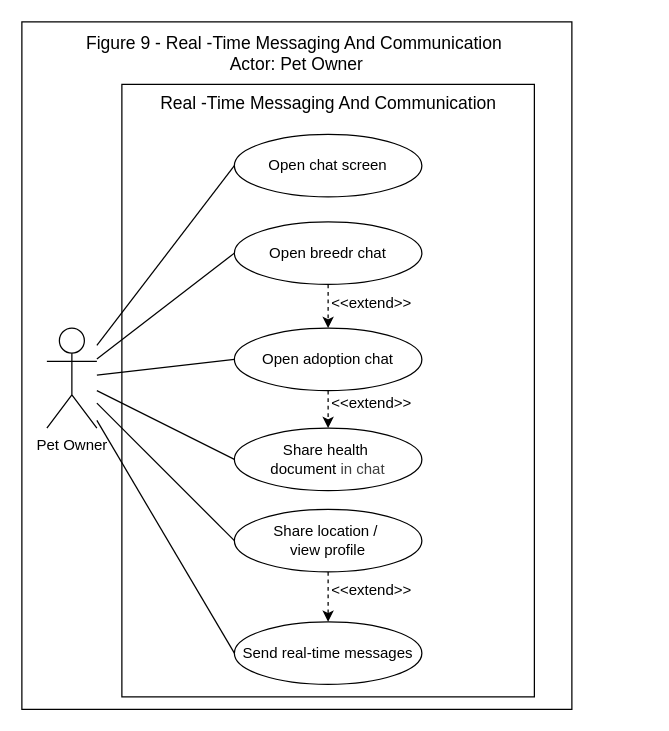
This is page "Fig-9" (9 of 10) of USE-CASE_Diagram_Franco.drawio from Chels013/Breedr-Diagrams, a draw.io file, before an edit. Source tidied: cells renumbered, new cells numbered last; positions are measured from the earlier drawing's top-left corner, leaving out a move shared by most shapes. Both pictures are drawn from the tidied source at 125%, with x=0, y=0 at pixel (21, 21).
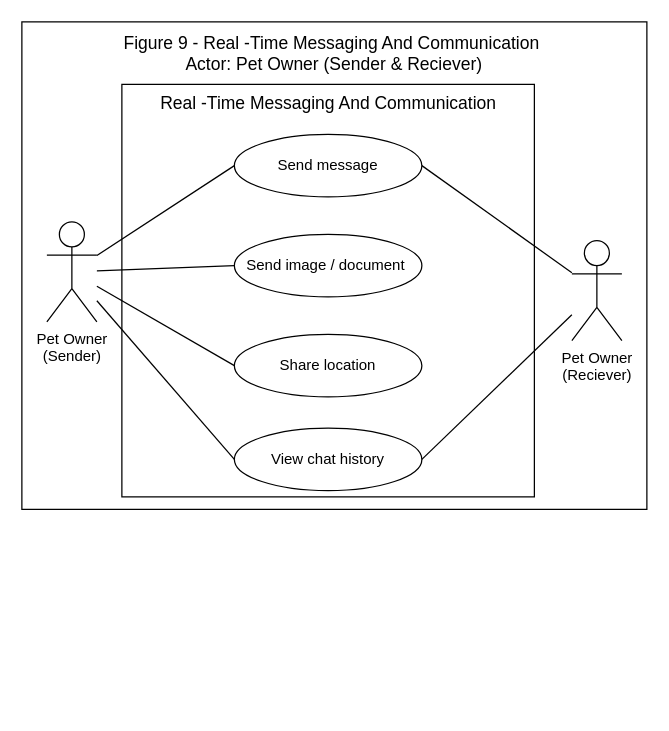
The same page after the edit.

Commit message:
i revised the fig 9, Real -Time Messaging And Communication

Diff of the diagram source:
```diff
@@
     <mxCell id="2" style="rounded=0;whiteSpace=wrap;html=1;" parent="1" vertex="1">
-      <mxGeometry width="440" height="550" as="geometry" />
+      <mxGeometry width="500" height="390" as="geometry" />
     </mxCell>
     <mxCell id="3" style="rounded=0;whiteSpace=wrap;html=1;" parent="1" vertex="1">
-      <mxGeometry x="80" y="50" width="330" height="490" as="geometry" />
+      <mxGeometry x="80" y="50" width="330" height="330" as="geometry" />
     </mxCell>
-    <mxCell id="4" value="Figure 9 - Real -Time Messaging And Communication&amp;nbsp;&lt;br&gt;Actor: Pet Owner" style="text;html=1;align=center;verticalAlign=middle;whiteSpace=wrap;rounded=0;fontSize=14;" parent="1" vertex="1">
-      <mxGeometry x="50" y="10" width="340" height="30" as="geometry" />
+    <mxCell id="4" value="Figure 9 - Real -Time Messaging And Communication&amp;nbsp;&lt;br&gt;Actor: Pet Owner (Sender &amp;amp; Reciever)" style="text;html=1;align=center;verticalAlign=middle;whiteSpace=wrap;rounded=0;fontSize=14;" parent="1" vertex="1">
+      <mxGeometry x="80" y="10" width="340" height="30" as="geometry" />
     </mxCell>
@@
-    <mxCell id="6" value="Open chat screen" style="ellipse;whiteSpace=wrap;html=1;" parent="1" vertex="1">
+    <mxCell id="6" value="Send message" style="ellipse;whiteSpace=wrap;html=1;" parent="1" vertex="1">
       <mxGeometry x="170" y="90" width="150" height="50" as="geometry" />
     </mxCell>
-    <mxCell id="7" value="Open breedr chat" style="ellipse;whiteSpace=wrap;html=1;" parent="1" vertex="1">
-      <mxGeometry x="170" y="160" width="150" height="50" as="geometry" />
+    <mxCell id="7" value="Send image / document&amp;nbsp;" style="ellipse;whiteSpace=wrap;html=1;" parent="1" vertex="1">
+      <mxGeometry x="170" y="170" width="150" height="50" as="geometry" />
     </mxCell>
-    <mxCell id="8" value="Open adoption chat" style="ellipse;whiteSpace=wrap;html=1;" parent="1" vertex="1">
-      <mxGeometry x="170" y="245" width="150" height="50" as="geometry" />
+    <mxCell id="8" value="Share location" style="ellipse;whiteSpace=wrap;html=1;" parent="1" vertex="1">
+      <mxGeometry x="170" y="250" width="150" height="50" as="geometry" />
     </mxCell>
-    <mxCell id="9" value="Share health&amp;nbsp;&lt;div&gt;document&amp;nbsp;&lt;span style=&quot;color: rgb(63, 63, 63); background-color: transparent;&quot;&gt;in chat&lt;/span&gt;&lt;/div&gt;" style="ellipse;whiteSpace=wrap;html=1;" parent="1" vertex="1">
+    <mxCell id="9" value="View chat history" style="ellipse;whiteSpace=wrap;html=1;" parent="1" vertex="1">
       <mxGeometry x="170" y="325" width="150" height="50" as="geometry" />
     </mxCell>
-    <mxCell id="10" value="Share location /&amp;nbsp;&lt;div&gt;view profile&lt;/div&gt;" style="ellipse;whiteSpace=wrap;html=1;" parent="1" vertex="1">
-      <mxGeometry x="170" y="390" width="150" height="50" as="geometry" />
-    </mxCell>
-    <mxCell id="11" value="Send real-time messages" style="ellipse;whiteSpace=wrap;html=1;" parent="1" vertex="1">
-      <mxGeometry x="170" y="480" width="150" height="50" as="geometry" />
-    </mxCell>
-    <mxCell id="12" value="Pet Owner" style="shape=umlActor;verticalLabelPosition=bottom;verticalAlign=top;html=1;outlineConnect=0;" parent="1" vertex="1">
-      <mxGeometry x="20" y="245" width="40" height="80" as="geometry" />
+    <mxCell id="12" value="Pet Owner&lt;div&gt;(Sender)&lt;/div&gt;" style="shape=umlActor;verticalLabelPosition=bottom;verticalAlign=top;html=1;outlineConnect=0;" parent="1" vertex="1">
+      <mxGeometry x="20" y="160" width="40" height="80" as="geometry" />
     </mxCell>
@@
-    <mxCell id="14" style="endArrow=none;html=1;entryX=0;entryY=0.5;entryDx=0;entryDy=0;" parent="1" edge="1" source="12" target="11">
-      <mxGeometry relative="1" as="geometry" />
-    </mxCell>
-    <mxCell id="15" style="endArrow=none;html=1;entryX=0;entryY=0.5;entryDx=0;entryDy=0;" parent="1" edge="1" source="12" target="10">
+    <mxCell id="15" style="endArrow=none;html=1;exitX=1;exitY=0.5;exitDx=0;exitDy=0;" parent="1" edge="1" source="6" target="25">
       <mxGeometry relative="1" as="geometry" />
     </mxCell>
@@
-    <mxCell id="19" style="html=1;labelBackgroundColor=#ffffff;startArrow=none;startFill=0;startSize=6;endArrow=classic;endFill=1;endSize=6;jettySize=auto;strokeWidth=1;dashed=1;fontSize=14;entryX=0.5;entryY=0;entryDx=0;entryDy=0;exitX=0.5;exitY=1;exitDx=0;exitDy=0;" parent="1" edge="1" source="7" target="8">
-      <mxGeometry relative="1" as="geometry" />
-    </mxCell>
-    <mxCell id="20" style="html=1;labelBackgroundColor=#ffffff;startArrow=none;startFill=0;startSize=6;endArrow=classic;endFill=1;endSize=6;jettySize=auto;strokeWidth=1;dashed=1;fontSize=14;entryX=0.5;entryY=0;entryDx=0;entryDy=0;exitX=0.5;exitY=1;exitDx=0;exitDy=0;" parent="1" edge="1" source="8" target="9">
-      <mxGeometry relative="1" as="geometry" />
-    </mxCell>
-    <mxCell id="21" style="html=1;labelBackgroundColor=#ffffff;startArrow=none;startFill=0;startSize=6;endArrow=classic;endFill=1;endSize=6;jettySize=auto;strokeWidth=1;dashed=1;fontSize=14;entryX=0.5;entryY=0;entryDx=0;entryDy=0;exitX=0.5;exitY=1;exitDx=0;exitDy=0;" parent="1" edge="1" source="10" target="11">
-      <mxGeometry relative="1" as="geometry" />
-    </mxCell>
-    <mxCell id="22" value="&amp;lt;&amp;lt;extend&amp;gt;&amp;gt;" style="text;html=1;align=center;verticalAlign=middle;whiteSpace=wrap;rounded=0;" parent="1" vertex="1">
-      <mxGeometry x="250" y="440" width="60" height="30" as="geometry" />
-    </mxCell>
-    <mxCell id="23" value="&amp;lt;&amp;lt;extend&amp;gt;&amp;gt;" style="text;html=1;align=center;verticalAlign=middle;whiteSpace=wrap;rounded=0;" parent="1" vertex="1">
-      <mxGeometry x="250" y="290" width="60" height="30" as="geometry" />
-    </mxCell>
-    <mxCell id="24" value="&amp;lt;&amp;lt;extend&amp;gt;&amp;gt;" style="text;html=1;align=center;verticalAlign=middle;whiteSpace=wrap;rounded=0;" parent="1" vertex="1">
-      <mxGeometry x="250" y="210" width="60" height="30" as="geometry" />
-    </mxCell>
+    <mxCell id="25" value="Pet Owner&lt;div&gt;(Reciever)&lt;/div&gt;" style="shape=umlActor;verticalLabelPosition=bottom;verticalAlign=top;html=1;outlineConnect=0;" parent="1" vertex="1">
+      <mxGeometry x="440" y="175" width="40" height="80" as="geometry" />
+    </mxCell>
+    <mxCell id="26" style="endArrow=none;html=1;exitX=1;exitY=0.5;exitDx=0;exitDy=0;" parent="1" edge="1" source="9" target="25">
+      <mxGeometry relative="1" as="geometry" />
+    </mxCell>
```
